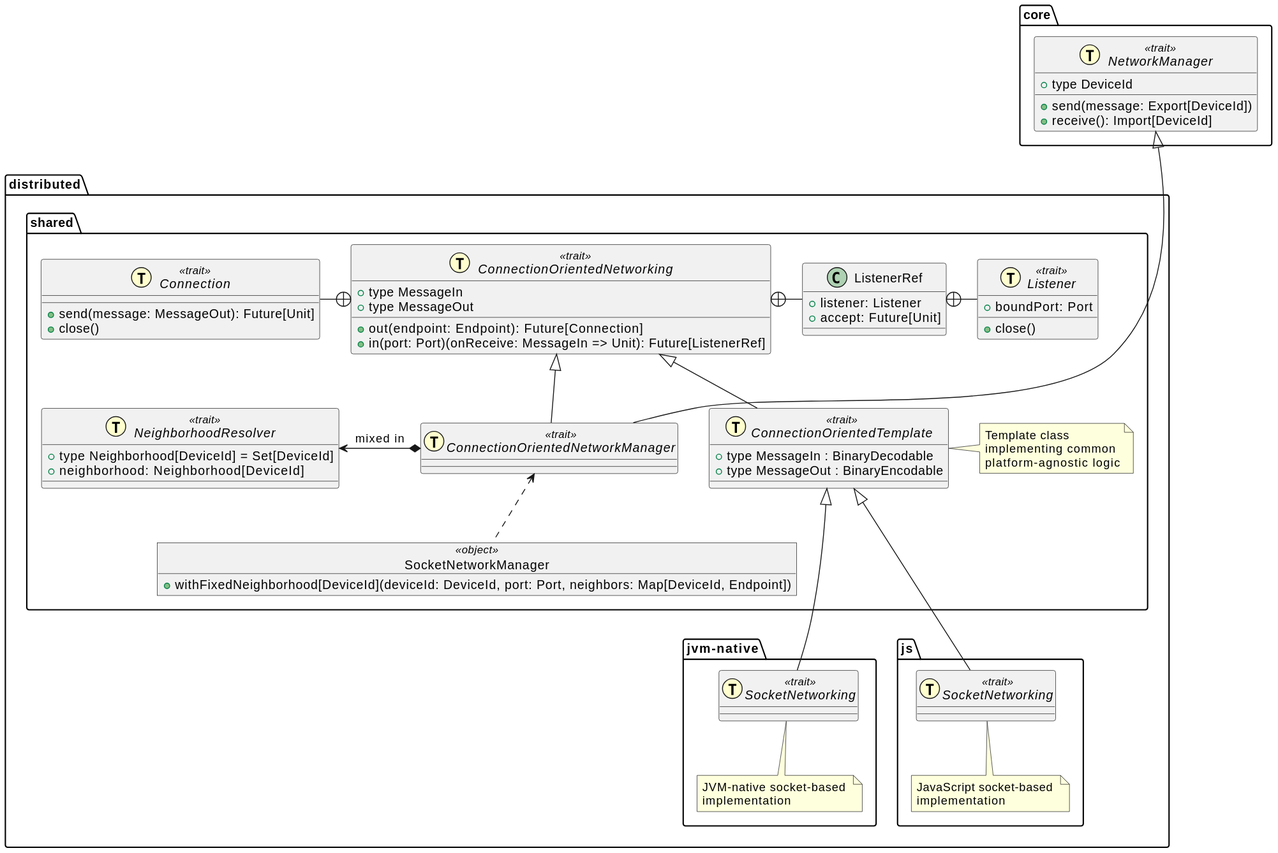
The PlantUML diagram out/resources/schemas/socket-distribution/socket-distribution.svg in tassiluca/scafi3-mp-api-thesis, before a commit.
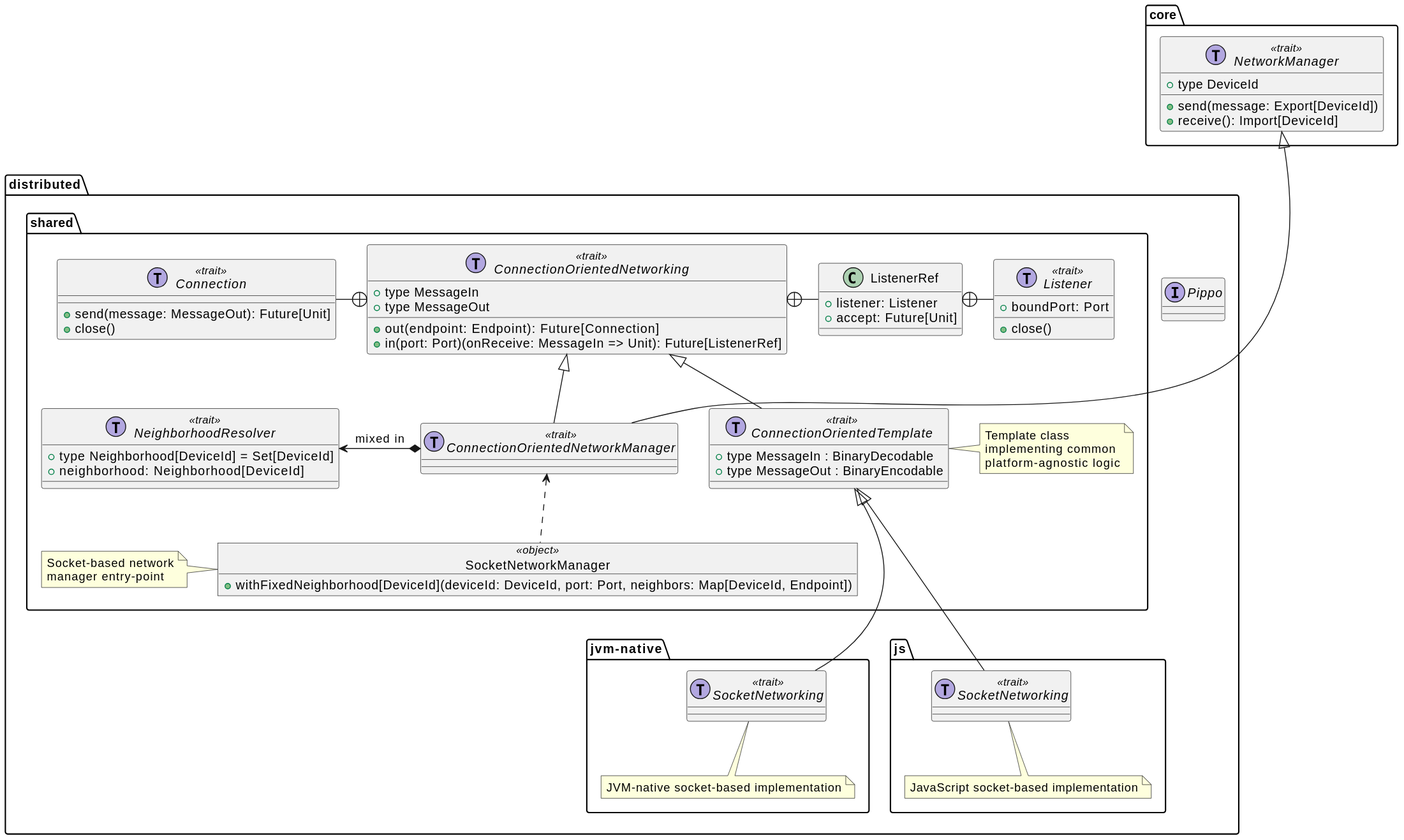
Above is the later version.

Change to the diagram source:
```diff
@@ -6,7 +6,7 @@
 }
 
 package "core" {
-    interface NetworkManager << (T,#FEFECE) trait >> {
+    interface NetworkManager << (T,#b2a7e0) trait >> {
         + type DeviceId
         + send(message: Export[DeviceId])
         + receive(): Import[DeviceId]
@@ -16,7 +16,7 @@
 package "distributed" {
     package "shared" {
 
-        interface ConnectionOrientedNetworking << (T,#FEFECE) trait >> {
+        interface ConnectionOrientedNetworking << (T,#b2a7e0) trait >> {
             + type MessageIn
             + type MessageOut
             + out(endpoint: Endpoint): Future[Connection]
@@ -26,7 +26,7 @@
         ConnectionOrientedNetworking +- ListenerRef
         ListenerRef +- Listener
 
-        interface Connection << (T,#FEFECE) trait >> {
+        interface Connection << (T,#b2a7e0) trait >> {
             + send(message: MessageOut): Future[Unit]
             + close()
         }
@@ -36,12 +36,12 @@
             + accept: Future[Unit]
         }
 
-        interface Listener << (T,#FEFECE) trait >> {
+        interface Listener << (T,#b2a7e0) trait >> {
             + boundPort: Port
             + close()
         }
 
-        interface ConnectionOrientedTemplate << (T,#FEFECE) trait >> extends ConnectionOrientedNetworking {
+        interface ConnectionOrientedTemplate << (T,#b2a7e0) trait >> extends ConnectionOrientedNetworking {
             + type MessageIn : BinaryDecodable
             + type MessageOut : BinaryEncodable
         }
@@ -51,37 +51,41 @@
             platform-agnostic logic
         end note
 
-        interface NeighborhoodResolver << (T,#FEFECE) trait >> {
+        interface NeighborhoodResolver << (T,#b2a7e0) trait >> {
             + type Neighborhood[DeviceId] = Set[DeviceId]
             + neighborhood: Neighborhood[DeviceId]
         }
 
-        interface ConnectionOrientedNetworkManager << (T,#FEFECE) trait >> extends ConnectionOrientedNetworking
+        interface ConnectionOrientedNetworkManager << (T,#b2a7e0) trait >> extends ConnectionOrientedNetworking
         ConnectionOrientedNetworkManager *-left-> NeighborhoodResolver : mixed in
         core.NetworkManager <|--- ConnectionOrientedNetworkManager
 
-        object SocketNetworkManager <<object>> {
+        object SocketNetworkManager << object>> {
             + withFixedNeighborhood[DeviceId](deviceId: DeviceId, port: Port, neighbors: Map[DeviceId, Endpoint])
         }
+        note left of SocketNetworkManager
+            Socket-based network
+            manager entry-point
+        end note
         SocketNetworkManager .up.> ConnectionOrientedNetworkManager
     }
 
     package "jvm-native" {
-        interface SocketNetworking << (T,#FEFECE) trait >>
+        interface SocketNetworking << (T,#b2a7e0) trait >>
         SocketNetworking --up-|> distributed.shared.ConnectionOrientedTemplate
         note bottom of SocketNetworking
-            JVM-native socket-based
-            implementation
+            JVM-native socket-based implementation
         end note
     }
 
     package "js" {
-        interface SocketNetworking << (T,#FEFECE) trait >>
+        interface SocketNetworking << (T,#b2a7e0) trait >>
         SocketNetworking --up-|> distributed.shared.ConnectionOrientedTemplate
         note bottom of SocketNetworking
-            JavaScript socket-based
-            implementation
+            JavaScript socket-based implementation
         end note
     }
+
+    interface Pippo
 }
 @enduml
```
